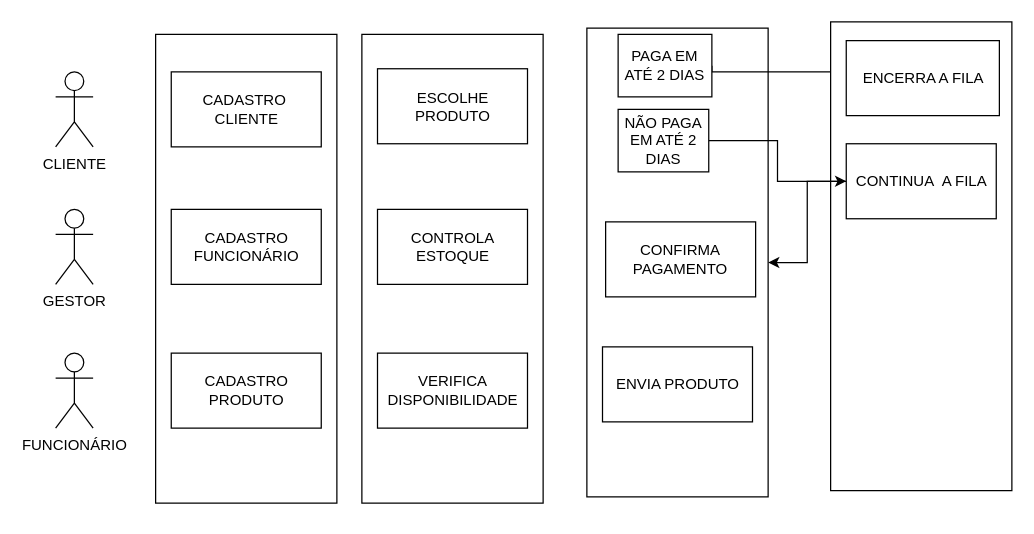
Above: aula1.drawio in jjulinha/backup-sheelscript (draw.io), before the change. Source tidied: cells renumbered, new cells numbered last; positions are measured from the earlier drawing's top-left corner, leaving out a move shared by most shapes. Both pictures are drawn from the tidied source at 125%, with x=0, y=0 at pixel (11, 34).
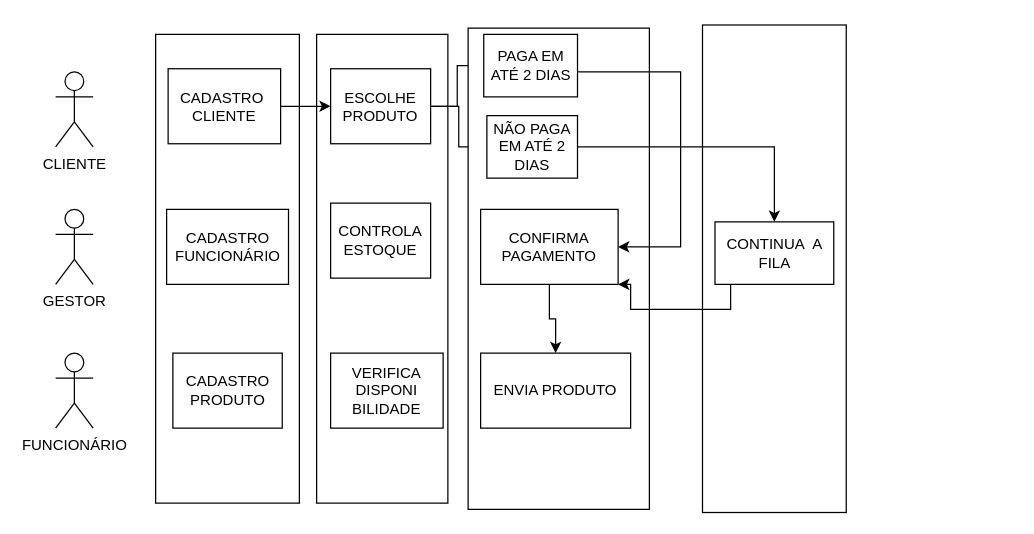
The same diagram, later.

What changed in the source:
```diff
@@
     <mxCell id="2" style="rounded=0;whiteSpace=wrap;html=1;rotation=-90;" parent="1" vertex="1">
-      <mxGeometry x="165" y="115" width="375" height="145" as="geometry" />
+      <mxGeometry x="108.8" y="135" width="375" height="105" as="geometry" />
     </mxCell>
     <mxCell id="3" style="rounded=0;whiteSpace=wrap;html=1;rotation=-90;" parent="1" vertex="1">
-      <mxGeometry y="115" width="375" height="145" as="geometry" />
+      <mxGeometry x="-15" y="130" width="375" height="115" as="geometry" />
     </mxCell>
@@
+    <mxCell id="24" style="edgeStyle=orthogonalEdgeStyle;rounded=0;jettySize=auto;html=1;" parent="1" edge="1" source="6" target="7">
+      <mxGeometry relative="1" as="geometry" />
+    </mxCell>
     <mxCell id="6" value="CADASTRO&amp;nbsp;&lt;br&gt;CLIENTE" style="rounded=0;whiteSpace=wrap;html=1;" parent="1" vertex="1">
-      <mxGeometry x="127.5" y="30" width="120" height="60" as="geometry" />
+      <mxGeometry x="125" y="27.5" width="90" height="60" as="geometry" />
     </mxCell>
+    <mxCell id="25" style="edgeStyle=orthogonalEdgeStyle;rounded=0;jettySize=auto;html=1;entryX=0;entryY=0.5;entryDx=0;entryDy=0;" parent="1" edge="1" source="7" target="13">
+      <mxGeometry relative="1" as="geometry" />
+    </mxCell>
+    <mxCell id="26" style="edgeStyle=orthogonalEdgeStyle;rounded=0;jettySize=auto;html=1;" parent="1" edge="1" source="7" target="21">
+      <mxGeometry relative="1" as="geometry" />
+    </mxCell>
     <mxCell id="7" value="ESCOLHE PRODUTO" style="rounded=0;whiteSpace=wrap;html=1;" parent="1" vertex="1">
-      <mxGeometry x="292.5" y="27.5" width="120" height="60" as="geometry" />
+      <mxGeometry x="255" y="27.5" width="80" height="60" as="geometry" />
     </mxCell>
     <mxCell id="8" value="CADASTRO&lt;br&gt;FUNCIONÁRIO" style="rounded=0;whiteSpace=wrap;html=1;" parent="1" vertex="1">
-      <mxGeometry x="127.5" y="140" width="120" height="60" as="geometry" />
+      <mxGeometry x="123.8" y="140" width="97.5" height="60" as="geometry" />
     </mxCell>
     <mxCell id="9" value="CADASTRO&lt;br&gt;PRODUTO" style="rounded=0;whiteSpace=wrap;html=1;" parent="1" vertex="1">
-      <mxGeometry x="127.5" y="255" width="120" height="60" as="geometry" />
+      <mxGeometry x="128.8" y="255" width="87.5" height="60" as="geometry" />
     </mxCell>
@@
     <mxCell id="11" style="rounded=0;whiteSpace=wrap;html=1;rotation=-90;" parent="1" vertex="1">
-      <mxGeometry x="345" y="110" width="375" height="145" as="geometry" />
+      <mxGeometry x="245" y="115" width="385" height="145" as="geometry" />
     </mxCell>
-    <mxCell id="12" style="edgeStyle=orthogonalEdgeStyle;rounded=0;jettySize=auto;html=1;exitX=1;exitY=0.5;exitDx=0;exitDy=0;entryX=0.872;entryY=0.034;entryDx=0;entryDy=0;entryPerimeter=0;" parent="1" edge="1" source="13" target="14">
-      <mxGeometry relative="1" as="geometry">
-        <Array as="points">
-          <mxPoint x="560" y="30" />
-          <mxPoint x="668" y="30" />
-          <mxPoint x="668" y="43" />
-          <mxPoint x="660" y="43" />
-        </Array>
-      </mxGeometry>
-    </mxCell>
+    <mxCell id="27" style="edgeStyle=orthogonalEdgeStyle;rounded=0;jettySize=auto;html=1;entryX=1;entryY=0.5;entryDx=0;entryDy=0;" parent="1" edge="1" source="13" target="18">
+      <mxGeometry relative="1" as="geometry">
+        <Array as="points">
+          <mxPoint x="535" y="30" />
+          <mxPoint x="535" y="170" />
+        </Array>
+      </mxGeometry>
+    </mxCell>
     <mxCell id="13" value="PAGA EM ATÉ 2 DIAS" style="rounded=0;whiteSpace=wrap;html=1;" parent="1" vertex="1">
-      <mxGeometry x="485" width="75" height="50" as="geometry" />
+      <mxGeometry x="377.5" width="75" height="50" as="geometry" />
     </mxCell>
     <mxCell id="14" style="rounded=0;whiteSpace=wrap;html=1;rotation=-90;" parent="1" vertex="1">
-      <mxGeometry x="540" y="105" width="375" height="145" as="geometry" />
+      <mxGeometry x="415" y="130" width="390" height="115" as="geometry" />
     </mxCell>
-    <mxCell id="15" value="ENCERRA A FILA" style="rounded=0;whiteSpace=wrap;html=1;" parent="1" vertex="1">
-      <mxGeometry x="667.5" y="5" width="122.5" height="60" as="geometry" />
-    </mxCell>
     <mxCell id="16" value="CONTROLA ESTOQUE" style="rounded=0;whiteSpace=wrap;html=1;" parent="1" vertex="1">
-      <mxGeometry x="292.5" y="140" width="120" height="60" as="geometry" />
+      <mxGeometry x="255" y="135" width="80" height="60" as="geometry" />
     </mxCell>
-    <mxCell id="17" value="VERIFICA DISPONIBILIDADE" style="rounded=0;whiteSpace=wrap;html=1;" parent="1" vertex="1">
-      <mxGeometry x="292.5" y="255" width="120" height="60" as="geometry" />
+    <mxCell id="17" value="VERIFICA &lt;br&gt;DISPONI&lt;br&gt;BILIDADE" style="rounded=0;whiteSpace=wrap;html=1;" parent="1" vertex="1">
+      <mxGeometry x="255" y="255" width="90" height="60" as="geometry" />
     </mxCell>
+    <mxCell id="28" style="edgeStyle=orthogonalEdgeStyle;rounded=0;jettySize=auto;html=1;entryX=0.5;entryY=0;entryDx=0;entryDy=0;" parent="1" edge="1" source="18" target="19">
+      <mxGeometry relative="1" as="geometry" />
+    </mxCell>
     <mxCell id="18" value="CONFIRMA PAGAMENTO" style="rounded=0;whiteSpace=wrap;html=1;" parent="1" vertex="1">
-      <mxGeometry x="475" y="150" width="120" height="60" as="geometry" />
+      <mxGeometry x="375" y="140" width="110" height="60" as="geometry" />
     </mxCell>
     <mxCell id="19" value="ENVIA PRODUTO" style="rounded=0;whiteSpace=wrap;html=1;" parent="1" vertex="1">
-      <mxGeometry x="472.5" y="250" width="120" height="60" as="geometry" />
+      <mxGeometry x="375" y="255" width="120" height="60" as="geometry" />
     </mxCell>
@@
     <mxCell id="21" value="NÃO PAGA EM ATÉ 2 DIAS" style="rounded=0;whiteSpace=wrap;html=1;" parent="1" vertex="1">
-      <mxGeometry x="485" y="60" width="72.5" height="50" as="geometry" />
+      <mxGeometry x="380" y="65" width="72.5" height="50" as="geometry" />
     </mxCell>
-    <mxCell id="22" style="edgeStyle=orthogonalEdgeStyle;rounded=0;jettySize=auto;html=1;" parent="1" edge="1" source="23" target="11">
-      <mxGeometry relative="1" as="geometry" />
-    </mxCell>
+    <mxCell id="29" style="edgeStyle=orthogonalEdgeStyle;rounded=0;jettySize=auto;html=1;entryX=1;entryY=1;entryDx=0;entryDy=0;" parent="1" edge="1" source="23" target="18">
+      <mxGeometry relative="1" as="geometry">
+        <Array as="points">
+          <mxPoint x="575" y="220" />
+          <mxPoint x="495" y="220" />
+        </Array>
+      </mxGeometry>
+    </mxCell>
     <mxCell id="23" value="CONTINUA&amp;nbsp; A FILA" style="rounded=0;whiteSpace=wrap;html=1;" parent="1" vertex="1">
-      <mxGeometry x="667.5" y="87.5" width="120" height="60" as="geometry" />
+      <mxGeometry x="562.5" y="150" width="95" height="50" as="geometry" />
     </mxCell>
```
